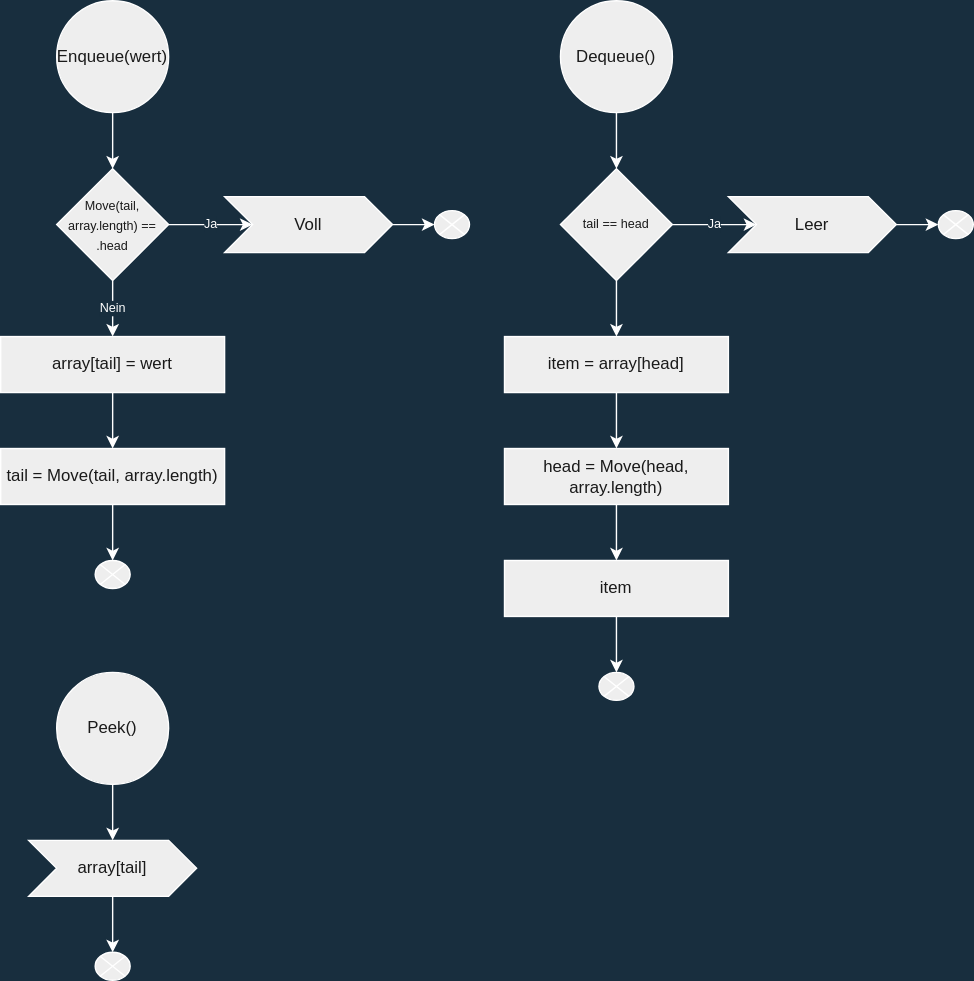
Before: img/Queue_Diagram.drawio.svg, a diagram exported from draw.io (amariwan/Stack-Queue-LinkedList). Source tidied: cells renumbered, new cells last; positions are measured from the earlier drawing's top-left corner, leaving out a move shared by most shapes.
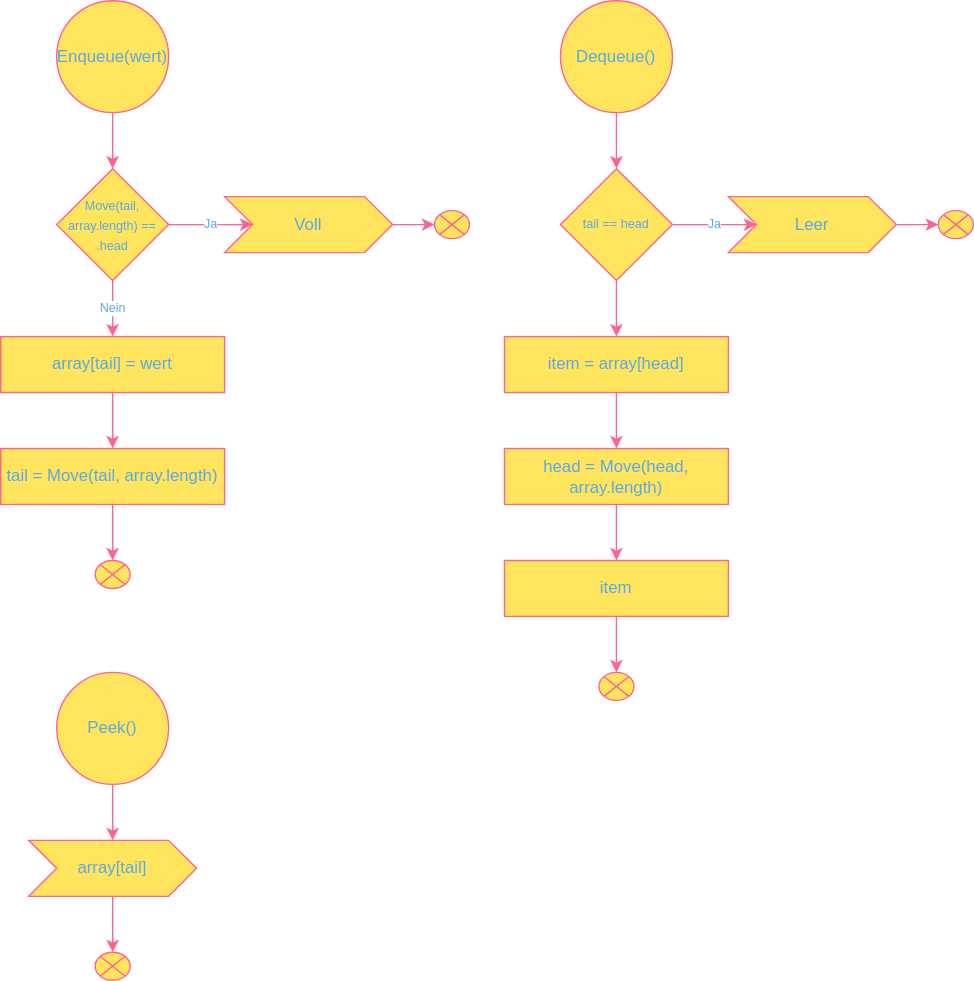
After the change.

The edit, as a diff of the source:
```diff
@@ -1,108 +1,108 @@
-<mxGraphModel background="#182E3E">
+<mxGraphModel>
   <root>
     <mxCell id="0" />
     <mxCell id="1" parent="0" />
-    <mxCell id="2" style="edgeStyle=orthogonalEdgeStyle;rounded=0;jettySize=auto;html=1;fontFamily=Helvetica;fontSize=12;fontColor=#FFFFFF;entryX=0.5;entryY=0;entryDx=0;entryDy=0;entryPerimeter=0;labelBackgroundColor=#182E3E;strokeColor=#FFFFFF;" parent="1" edge="1" source="3">
+    <mxCell id="2" style="edgeStyle=orthogonalEdgeStyle;rounded=0;jettySize=auto;html=1;fontFamily=Helvetica;fontSize=12;fontColor=#5AA9E6;entryX=0.5;entryY=0;entryDx=0;entryDy=0;entryPerimeter=0;strokeColor=#FF6392;" parent="1" edge="1" source="3">
       <mxGeometry relative="1" as="geometry">
         <mxPoint x="80" y="120" as="targetPoint" />
       </mxGeometry>
     </mxCell>
-    <mxCell id="3" value="Enqueue(wert)" style="ellipse;whiteSpace=wrap;html=1;fontFamily=Helvetica;fontSize=12;fontColor=#1A1A1A;strokeColor=#FFFFFF;fillColor=#EEEEEE;" parent="1" vertex="1">
+    <mxCell id="3" value="Enqueue(wert)" style="ellipse;whiteSpace=wrap;html=1;fontFamily=Helvetica;fontSize=12;fontColor=#5AA9E6;strokeColor=#FF6392;fillColor=#FFE45E;" parent="1" vertex="1">
       <mxGeometry x="40" width="80" height="80" as="geometry" />
     </mxCell>
-    <mxCell id="4" style="edgeStyle=orthogonalEdgeStyle;rounded=0;jettySize=auto;html=1;fontFamily=Helvetica;fontSize=12;fontColor=#FFFFFF;entryX=0.5;entryY=0;entryDx=0;entryDy=0;labelBackgroundColor=#182E3E;strokeColor=#FFFFFF;" parent="1" edge="1" source="5" target="18">
+    <mxCell id="4" style="edgeStyle=orthogonalEdgeStyle;rounded=0;jettySize=auto;html=1;fontFamily=Helvetica;fontSize=12;fontColor=#5AA9E6;entryX=0.5;entryY=0;entryDx=0;entryDy=0;strokeColor=#FF6392;" parent="1" edge="1" source="5" target="18">
       <mxGeometry relative="1" as="geometry" />
     </mxCell>
-    <mxCell id="5" value="Dequeue()" style="ellipse;whiteSpace=wrap;html=1;fontFamily=Helvetica;fontSize=12;fontColor=#1A1A1A;strokeColor=#FFFFFF;fillColor=#EEEEEE;" parent="1" vertex="1">
+    <mxCell id="5" value="Dequeue()" style="ellipse;whiteSpace=wrap;html=1;fontFamily=Helvetica;fontSize=12;fontColor=#5AA9E6;strokeColor=#FF6392;fillColor=#FFE45E;" parent="1" vertex="1">
       <mxGeometry x="400" width="80" height="80" as="geometry" />
     </mxCell>
-    <mxCell id="6" value="Ja" style="edgeStyle=orthogonalEdgeStyle;rounded=0;jettySize=auto;html=1;fontSize=9;entryX=0;entryY=0.5;entryDx=0;entryDy=0;labelBackgroundColor=#182E3E;strokeColor=#FFFFFF;fontColor=#FFFFFF;" parent="1" edge="1" source="8" target="10">
+    <mxCell id="6" value="Ja" style="edgeStyle=orthogonalEdgeStyle;rounded=0;jettySize=auto;html=1;fontSize=9;entryX=0;entryY=0.5;entryDx=0;entryDy=0;strokeColor=#FF6392;fontColor=#5AA9E6;" parent="1" edge="1" source="8" target="10">
       <mxGeometry relative="1" as="geometry" />
     </mxCell>
-    <mxCell id="7" value="Nein" style="edgeStyle=orthogonalEdgeStyle;rounded=0;jettySize=auto;html=1;fontSize=9;labelBackgroundColor=#182E3E;strokeColor=#FFFFFF;fontColor=#FFFFFF;" parent="1" edge="1" source="8" target="13">
+    <mxCell id="7" value="Nein" style="edgeStyle=orthogonalEdgeStyle;rounded=0;jettySize=auto;html=1;fontSize=9;strokeColor=#FF6392;fontColor=#5AA9E6;" parent="1" edge="1" source="8" target="13">
       <mxGeometry relative="1" as="geometry" />
     </mxCell>
-    <mxCell id="8" value="&lt;span style=&quot;font-weight: normal;&quot;&gt;&lt;font style=&quot;font-size: 9px;&quot;&gt;Move(tail, array.length) == .head&lt;/font&gt;&lt;/span&gt;" style="rhombus;whiteSpace=wrap;html=1;fontStyle=1;fillColor=#EEEEEE;strokeColor=#FFFFFF;fontColor=#1A1A1A;" parent="1" vertex="1">
+    <mxCell id="8" value="&lt;span style=&quot;font-weight: normal;&quot;&gt;&lt;font style=&quot;font-size: 9px;&quot;&gt;Move(tail, array.length) == .head&lt;/font&gt;&lt;/span&gt;" style="rhombus;whiteSpace=wrap;html=1;fontStyle=1;fillColor=#FFE45E;strokeColor=#FF6392;fontColor=#5AA9E6;" parent="1" vertex="1">
       <mxGeometry x="40" y="120" width="80" height="80" as="geometry" />
     </mxCell>
-    <mxCell id="9" style="edgeStyle=orthogonalEdgeStyle;rounded=0;jettySize=auto;html=1;fontSize=9;labelBackgroundColor=#182E3E;strokeColor=#FFFFFF;fontColor=#FFFFFF;" parent="1" edge="1" source="10" target="11">
+    <mxCell id="9" style="edgeStyle=orthogonalEdgeStyle;rounded=0;jettySize=auto;html=1;fontSize=9;strokeColor=#FF6392;fontColor=#5AA9E6;" parent="1" edge="1" source="10" target="11">
       <mxGeometry relative="1" as="geometry" />
     </mxCell>
-    <mxCell id="10" value="Voll" style="shape=step;perimeter=stepPerimeter;whiteSpace=wrap;html=1;fixedSize=1;fontFamily=Helvetica;fontSize=12;fontColor=#1A1A1A;strokeColor=#FFFFFF;fillColor=#EEEEEE;" parent="1" vertex="1">
+    <mxCell id="10" value="Voll" style="shape=step;perimeter=stepPerimeter;whiteSpace=wrap;html=1;fixedSize=1;fontFamily=Helvetica;fontSize=12;fontColor=#5AA9E6;strokeColor=#FF6392;fillColor=#FFE45E;" parent="1" vertex="1">
       <mxGeometry x="160" y="140" width="120" height="40" as="geometry" />
     </mxCell>
-    <mxCell id="11" style="verticalLabelPosition=bottom;verticalAlign=top;html=1;shape=mxgraph.flowchart.or;fillColor=#EEEEEE;strokeColor=#FFFFFF;fontColor=#1A1A1A;" parent="1" vertex="1">
+    <mxCell id="11" style="verticalLabelPosition=bottom;verticalAlign=top;html=1;shape=mxgraph.flowchart.or;fillColor=#FFE45E;strokeColor=#FF6392;fontColor=#5AA9E6;" parent="1" vertex="1">
       <mxGeometry x="310" y="150" width="25" height="20" as="geometry" />
     </mxCell>
-    <mxCell id="12" style="edgeStyle=orthogonalEdgeStyle;rounded=0;jettySize=auto;html=1;fontSize=9;labelBackgroundColor=#182E3E;strokeColor=#FFFFFF;fontColor=#FFFFFF;" parent="1" edge="1" source="13" target="15">
+    <mxCell id="12" style="edgeStyle=orthogonalEdgeStyle;rounded=0;jettySize=auto;html=1;fontSize=9;strokeColor=#FF6392;fontColor=#5AA9E6;" parent="1" edge="1" source="13" target="15">
       <mxGeometry relative="1" as="geometry" />
     </mxCell>
-    <mxCell id="13" value="&lt;span style=&quot;font-weight: normal;&quot;&gt;array[tail] = wert&lt;/span&gt;" style="whiteSpace=wrap;html=1;fontStyle=1;fillColor=#EEEEEE;strokeColor=#FFFFFF;fontColor=#1A1A1A;" parent="1" vertex="1">
+    <mxCell id="13" value="&lt;span style=&quot;font-weight: normal;&quot;&gt;array[tail] = wert&lt;/span&gt;" style="whiteSpace=wrap;html=1;fontStyle=1;fillColor=#FFE45E;strokeColor=#FF6392;fontColor=#5AA9E6;" parent="1" vertex="1">
       <mxGeometry y="240" width="160" height="40" as="geometry" />
     </mxCell>
-    <mxCell id="14" style="edgeStyle=orthogonalEdgeStyle;rounded=0;jettySize=auto;html=1;fontSize=9;labelBackgroundColor=#182E3E;strokeColor=#FFFFFF;fontColor=#FFFFFF;" parent="1" edge="1" source="15" target="16">
+    <mxCell id="14" style="edgeStyle=orthogonalEdgeStyle;rounded=0;jettySize=auto;html=1;fontSize=9;strokeColor=#FF6392;fontColor=#5AA9E6;" parent="1" edge="1" source="15" target="16">
       <mxGeometry relative="1" as="geometry" />
     </mxCell>
-    <mxCell id="15" value="&lt;span style=&quot;font-weight: normal;&quot;&gt;tail =&amp;nbsp;&lt;/span&gt;&lt;span style=&quot;font-weight: 400;&quot;&gt;Move(tail, array.length)&lt;/span&gt;" style="whiteSpace=wrap;html=1;fontStyle=1;fillColor=#EEEEEE;strokeColor=#FFFFFF;fontColor=#1A1A1A;" parent="1" vertex="1">
+    <mxCell id="15" value="&lt;span style=&quot;font-weight: normal;&quot;&gt;tail =&amp;nbsp;&lt;/span&gt;&lt;span style=&quot;font-weight: 400;&quot;&gt;Move(tail, array.length)&lt;/span&gt;" style="whiteSpace=wrap;html=1;fontStyle=1;fillColor=#FFE45E;strokeColor=#FF6392;fontColor=#5AA9E6;" parent="1" vertex="1">
       <mxGeometry y="320" width="160" height="40" as="geometry" />
     </mxCell>
-    <mxCell id="16" style="verticalLabelPosition=bottom;verticalAlign=top;html=1;shape=mxgraph.flowchart.or;fillColor=#EEEEEE;strokeColor=#FFFFFF;fontColor=#1A1A1A;" parent="1" vertex="1">
+    <mxCell id="16" style="verticalLabelPosition=bottom;verticalAlign=top;html=1;shape=mxgraph.flowchart.or;fillColor=#FFE45E;strokeColor=#FF6392;fontColor=#5AA9E6;" parent="1" vertex="1">
       <mxGeometry x="67.5" y="400" width="25" height="20" as="geometry" />
     </mxCell>
-    <mxCell id="17" style="edgeStyle=orthogonalEdgeStyle;rounded=0;jettySize=auto;html=1;fontSize=9;labelBackgroundColor=#182E3E;strokeColor=#FFFFFF;fontColor=#FFFFFF;" parent="1" edge="1" source="18" target="24">
+    <mxCell id="17" style="edgeStyle=orthogonalEdgeStyle;rounded=0;jettySize=auto;html=1;fontSize=9;strokeColor=#FF6392;fontColor=#5AA9E6;" parent="1" edge="1" source="18" target="24">
       <mxGeometry relative="1" as="geometry" />
     </mxCell>
-    <mxCell id="18" value="tail == head" style="rhombus;whiteSpace=wrap;html=1;fontSize=9;fillColor=#EEEEEE;strokeColor=#FFFFFF;fontColor=#1A1A1A;" parent="1" vertex="1">
+    <mxCell id="18" value="tail == head" style="rhombus;whiteSpace=wrap;html=1;fontSize=9;fillColor=#FFE45E;strokeColor=#FF6392;fontColor=#5AA9E6;" parent="1" vertex="1">
       <mxGeometry x="400" y="120" width="80" height="80" as="geometry" />
     </mxCell>
-    <mxCell id="19" value="Ja" style="edgeStyle=orthogonalEdgeStyle;rounded=0;jettySize=auto;html=1;fontSize=9;entryX=0;entryY=0.5;entryDx=0;entryDy=0;labelBackgroundColor=#182E3E;strokeColor=#FFFFFF;fontColor=#FFFFFF;" parent="1" edge="1" target="21">
+    <mxCell id="19" value="Ja" style="edgeStyle=orthogonalEdgeStyle;rounded=0;jettySize=auto;html=1;fontSize=9;entryX=0;entryY=0.5;entryDx=0;entryDy=0;strokeColor=#FF6392;fontColor=#5AA9E6;" parent="1" edge="1" target="21">
       <mxGeometry relative="1" as="geometry">
         <mxPoint x="480" y="160" as="sourcePoint" />
       </mxGeometry>
     </mxCell>
-    <mxCell id="20" style="edgeStyle=orthogonalEdgeStyle;rounded=0;jettySize=auto;html=1;fontSize=9;labelBackgroundColor=#182E3E;strokeColor=#FFFFFF;fontColor=#FFFFFF;" parent="1" edge="1" source="21" target="22">
+    <mxCell id="20" style="edgeStyle=orthogonalEdgeStyle;rounded=0;jettySize=auto;html=1;fontSize=9;strokeColor=#FF6392;fontColor=#5AA9E6;" parent="1" edge="1" source="21" target="22">
       <mxGeometry relative="1" as="geometry" />
     </mxCell>
-    <mxCell id="21" value="Leer" style="shape=step;perimeter=stepPerimeter;whiteSpace=wrap;html=1;fixedSize=1;fontFamily=Helvetica;fontSize=12;fontColor=#1A1A1A;strokeColor=#FFFFFF;fillColor=#EEEEEE;" parent="1" vertex="1">
+    <mxCell id="21" value="Leer" style="shape=step;perimeter=stepPerimeter;whiteSpace=wrap;html=1;fixedSize=1;fontFamily=Helvetica;fontSize=12;fontColor=#5AA9E6;strokeColor=#FF6392;fillColor=#FFE45E;" parent="1" vertex="1">
       <mxGeometry x="520" y="140" width="120" height="40" as="geometry" />
     </mxCell>
-    <mxCell id="22" style="verticalLabelPosition=bottom;verticalAlign=top;html=1;shape=mxgraph.flowchart.or;fillColor=#EEEEEE;strokeColor=#FFFFFF;fontColor=#1A1A1A;" parent="1" vertex="1">
+    <mxCell id="22" style="verticalLabelPosition=bottom;verticalAlign=top;html=1;shape=mxgraph.flowchart.or;fillColor=#FFE45E;strokeColor=#FF6392;fontColor=#5AA9E6;" parent="1" vertex="1">
       <mxGeometry x="670" y="150" width="25" height="20" as="geometry" />
     </mxCell>
-    <mxCell id="23" style="edgeStyle=orthogonalEdgeStyle;rounded=0;jettySize=auto;html=1;fontSize=9;labelBackgroundColor=#182E3E;strokeColor=#FFFFFF;fontColor=#FFFFFF;" parent="1" edge="1" source="24" target="26">
+    <mxCell id="23" style="edgeStyle=orthogonalEdgeStyle;rounded=0;jettySize=auto;html=1;fontSize=9;strokeColor=#FF6392;fontColor=#5AA9E6;" parent="1" edge="1" source="24" target="26">
       <mxGeometry relative="1" as="geometry" />
     </mxCell>
-    <mxCell id="24" value="&lt;span style=&quot;font-weight: normal;&quot;&gt;item = array[head]&lt;/span&gt;" style="whiteSpace=wrap;html=1;fontStyle=1;fillColor=#EEEEEE;strokeColor=#FFFFFF;fontColor=#1A1A1A;" parent="1" vertex="1">
+    <mxCell id="24" value="&lt;span style=&quot;font-weight: normal;&quot;&gt;item = array[head]&lt;/span&gt;" style="whiteSpace=wrap;html=1;fontStyle=1;fillColor=#FFE45E;strokeColor=#FF6392;fontColor=#5AA9E6;" parent="1" vertex="1">
       <mxGeometry x="360" y="240" width="160" height="40" as="geometry" />
     </mxCell>
-    <mxCell id="25" style="edgeStyle=orthogonalEdgeStyle;rounded=0;jettySize=auto;html=1;fontSize=9;labelBackgroundColor=#182E3E;strokeColor=#FFFFFF;fontColor=#FFFFFF;" parent="1" edge="1" source="26" target="28">
+    <mxCell id="25" style="edgeStyle=orthogonalEdgeStyle;rounded=0;jettySize=auto;html=1;fontSize=9;strokeColor=#FF6392;fontColor=#5AA9E6;" parent="1" edge="1" source="26" target="28">
       <mxGeometry relative="1" as="geometry" />
     </mxCell>
-    <mxCell id="26" value="&lt;span style=&quot;font-weight: normal;&quot;&gt;head =&amp;nbsp;&lt;/span&gt;&lt;span style=&quot;font-weight: 400;&quot;&gt;Move(head, array.length)&lt;/span&gt;" style="whiteSpace=wrap;html=1;fontStyle=1;fillColor=#EEEEEE;strokeColor=#FFFFFF;fontColor=#1A1A1A;" parent="1" vertex="1">
+    <mxCell id="26" value="&lt;span style=&quot;font-weight: normal;&quot;&gt;head =&amp;nbsp;&lt;/span&gt;&lt;span style=&quot;font-weight: 400;&quot;&gt;Move(head, array.length)&lt;/span&gt;" style="whiteSpace=wrap;html=1;fontStyle=1;fillColor=#FFE45E;strokeColor=#FF6392;fontColor=#5AA9E6;" parent="1" vertex="1">
       <mxGeometry x="360" y="320" width="160" height="40" as="geometry" />
     </mxCell>
-    <mxCell id="27" style="edgeStyle=orthogonalEdgeStyle;rounded=0;jettySize=auto;html=1;fontSize=9;labelBackgroundColor=#182E3E;strokeColor=#FFFFFF;fontColor=#FFFFFF;" parent="1" edge="1" source="28" target="29">
+    <mxCell id="27" style="edgeStyle=orthogonalEdgeStyle;rounded=0;jettySize=auto;html=1;fontSize=9;strokeColor=#FF6392;fontColor=#5AA9E6;" parent="1" edge="1" source="28" target="29">
       <mxGeometry relative="1" as="geometry" />
     </mxCell>
-    <mxCell id="28" value="&lt;span style=&quot;font-weight: 400;&quot;&gt;item&lt;/span&gt;" style="whiteSpace=wrap;html=1;fontStyle=1;fillColor=#EEEEEE;strokeColor=#FFFFFF;fontColor=#1A1A1A;" parent="1" vertex="1">
+    <mxCell id="28" value="&lt;span style=&quot;font-weight: 400;&quot;&gt;item&lt;/span&gt;" style="whiteSpace=wrap;html=1;fontStyle=1;fillColor=#FFE45E;strokeColor=#FF6392;fontColor=#5AA9E6;" parent="1" vertex="1">
       <mxGeometry x="360" y="400" width="160" height="40" as="geometry" />
     </mxCell>
-    <mxCell id="29" style="verticalLabelPosition=bottom;verticalAlign=top;html=1;shape=mxgraph.flowchart.or;fillColor=#EEEEEE;strokeColor=#FFFFFF;fontColor=#1A1A1A;" parent="1" vertex="1">
+    <mxCell id="29" style="verticalLabelPosition=bottom;verticalAlign=top;html=1;shape=mxgraph.flowchart.or;fillColor=#FFE45E;strokeColor=#FF6392;fontColor=#5AA9E6;" parent="1" vertex="1">
       <mxGeometry x="427.5" y="480" width="25" height="20" as="geometry" />
     </mxCell>
-    <mxCell id="30" style="edgeStyle=orthogonalEdgeStyle;rounded=0;jettySize=auto;html=1;fontSize=9;labelBackgroundColor=#182E3E;strokeColor=#FFFFFF;fontColor=#FFFFFF;" parent="1" edge="1" source="31" target="33">
+    <mxCell id="30" style="edgeStyle=orthogonalEdgeStyle;rounded=0;jettySize=auto;html=1;fontSize=9;strokeColor=#FF6392;fontColor=#5AA9E6;" parent="1" edge="1" source="31" target="33">
       <mxGeometry relative="1" as="geometry" />
     </mxCell>
-    <mxCell id="31" value="Peek()" style="ellipse;whiteSpace=wrap;html=1;fontFamily=Helvetica;fontSize=12;fontColor=#1A1A1A;strokeColor=#FFFFFF;fillColor=#EEEEEE;" parent="1" vertex="1">
+    <mxCell id="31" value="Peek()" style="ellipse;whiteSpace=wrap;html=1;fontFamily=Helvetica;fontSize=12;fontColor=#5AA9E6;strokeColor=#FF6392;fillColor=#FFE45E;" parent="1" vertex="1">
       <mxGeometry x="40" y="480" width="80" height="80" as="geometry" />
     </mxCell>
-    <mxCell id="32" style="edgeStyle=orthogonalEdgeStyle;rounded=0;jettySize=auto;html=1;fontSize=9;labelBackgroundColor=#182E3E;strokeColor=#FFFFFF;fontColor=#FFFFFF;" parent="1" edge="1" source="33" target="34">
+    <mxCell id="32" style="edgeStyle=orthogonalEdgeStyle;rounded=0;jettySize=auto;html=1;fontSize=9;strokeColor=#FF6392;fontColor=#5AA9E6;" parent="1" edge="1" source="33" target="34">
       <mxGeometry relative="1" as="geometry" />
     </mxCell>
-    <mxCell id="33" value="array[tail]" style="shape=step;perimeter=stepPerimeter;whiteSpace=wrap;html=1;fixedSize=1;fontFamily=Helvetica;fontSize=12;fontColor=#1A1A1A;strokeColor=#FFFFFF;fillColor=#EEEEEE;" parent="1" vertex="1">
+    <mxCell id="33" value="array[tail]" style="shape=step;perimeter=stepPerimeter;whiteSpace=wrap;html=1;fixedSize=1;fontFamily=Helvetica;fontSize=12;fontColor=#5AA9E6;strokeColor=#FF6392;fillColor=#FFE45E;" parent="1" vertex="1">
       <mxGeometry x="20" y="600" width="120" height="40" as="geometry" />
     </mxCell>
-    <mxCell id="34" style="verticalLabelPosition=bottom;verticalAlign=top;html=1;shape=mxgraph.flowchart.or;fillColor=#EEEEEE;strokeColor=#FFFFFF;fontColor=#1A1A1A;" parent="1" vertex="1">
+    <mxCell id="34" style="verticalLabelPosition=bottom;verticalAlign=top;html=1;shape=mxgraph.flowchart.or;fillColor=#FFE45E;strokeColor=#FF6392;fontColor=#5AA9E6;" parent="1" vertex="1">
       <mxGeometry x="67.5" y="680" width="25" height="20" as="geometry" />
     </mxCell>
   </root>
```
